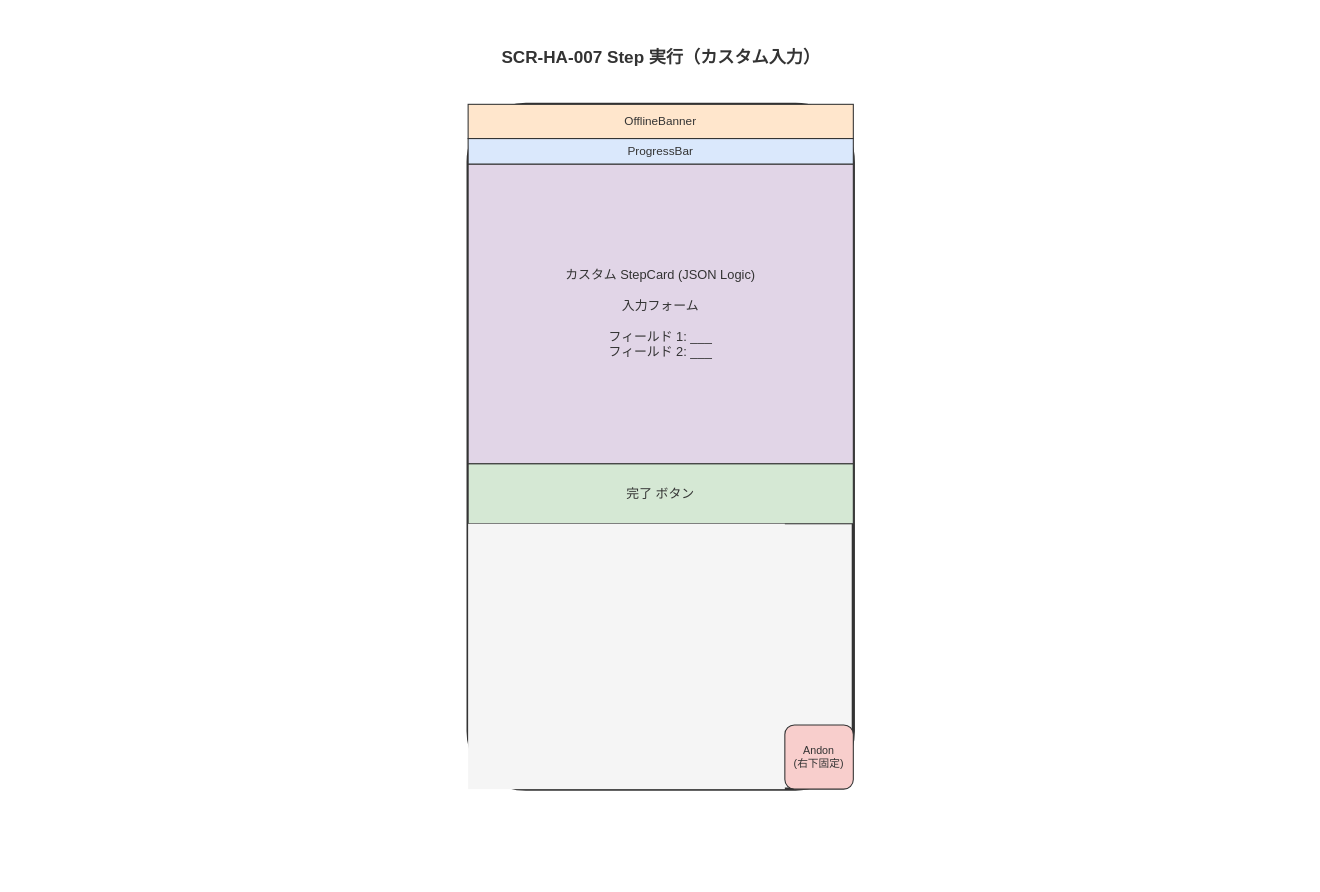
RyuheiKiso/work-navigation-app keeps this draw.io diagram as docs/04_概要設計/03_画面設計/img/fig_des_screen_ha_007.drawio. Above is the earlier version. Source tidied: cells renumbered, new cells numbered last; positions are measured from the earlier drawing's top-left corner, leaving out a move shared by most shapes. Both pictures are drawn from the tidied source at 107%, with x=0, y=0 at pixel (18, 18).
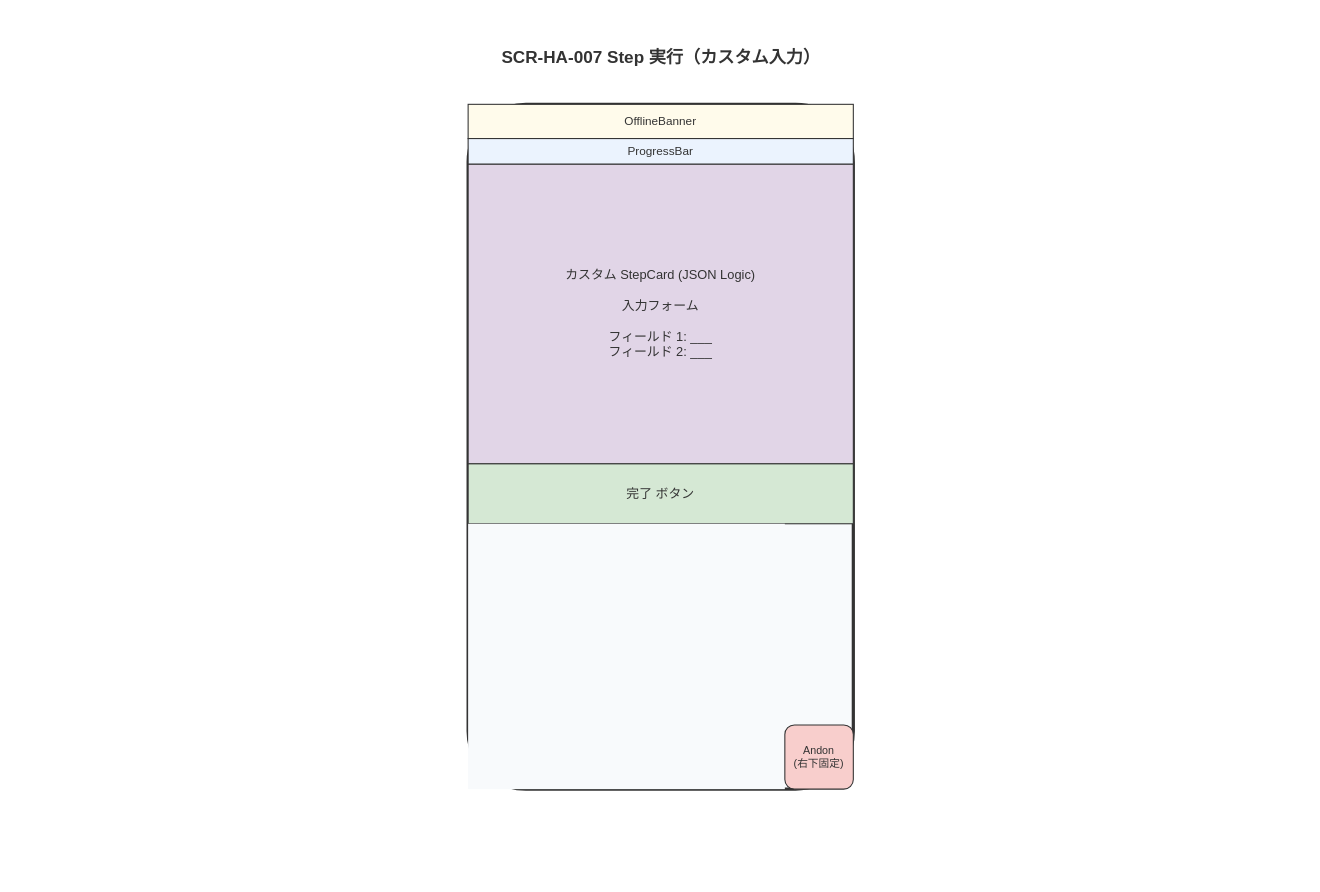
The same diagram, later.

The edit, as a diff of the source:
```diff
@@
 <mxGraphModel background="#FFFFFF">
   <root>
     <mxCell id="0" />
     <mxCell id="1" parent="0" />
     <mxCell id="2" style="rounded=0;whiteSpace=wrap;html=1;fillColor=#FFFFFF;strokeColor=none;" parent="1" vertex="1">
       <mxGeometry width="1200" height="800" as="geometry" />
     </mxCell>
     <mxCell id="3" value="SCR-HA-007 Step 実行（カスタム入力）" style="text;html=1;fontFamily=Helvetica;fontSize=16;fontStyle=1;align=center;verticalAlign=middle;fillColor=none;strokeColor=none;fontColor=#333333;" parent="1" vertex="1">
       <mxGeometry x="370" y="20" width="460" height="32" as="geometry" />
     </mxCell>
-    <mxCell id="4" style="rounded=1;whiteSpace=wrap;html=1;fillColor=#f5f5f5;strokeColor=#333333;strokeWidth=3;" parent="1" vertex="1">
+    <mxCell id="4" style="rounded=1;whiteSpace=wrap;html=1;fillColor=#F8FAFC;strokeColor=#333333;strokeWidth=3;" parent="1" vertex="1">
       <mxGeometry x="420" y="80" width="360" height="640" as="geometry" />
     </mxCell>
-    <mxCell id="5" value="OfflineBanner" style="rounded=0;whiteSpace=wrap;html=1;fillColor=#ffe6cc;strokeColor=#333333;fontSize=11;fontColor=#333333;" parent="1" vertex="1">
+    <mxCell id="5" value="OfflineBanner" style="rounded=0;whiteSpace=wrap;html=1;fillColor=#FFFBEB;strokeColor=#333333;fontSize=11;fontColor=#333333;" parent="1" vertex="1">
       <mxGeometry x="420" y="80" width="360" height="32" as="geometry" />
     </mxCell>
-    <mxCell id="6" value="ProgressBar" style="rounded=0;whiteSpace=wrap;html=1;fillColor=#dae8fc;strokeColor=#333333;fontSize=11;fontColor=#333333;" parent="1" vertex="1">
+    <mxCell id="6" value="ProgressBar" style="rounded=0;whiteSpace=wrap;html=1;fillColor=#EBF3FE;strokeColor=#333333;fontSize=11;fontColor=#333333;" parent="1" vertex="1">
       <mxGeometry x="420" y="112" width="360" height="24" as="geometry" />
     </mxCell>
     <mxCell id="7" value="カスタム StepCard (JSON Logic)&#10;&#10;入力フォーム&#10;&#10;フィールド 1: ___&#10;フィールド 2: ___" style="rounded=0;whiteSpace=wrap;html=1;fillColor=#e1d5e7;strokeColor=#333333;fontSize=12;fontColor=#333333;" parent="1" vertex="1">
       <mxGeometry x="420" y="136" width="360" height="280" as="geometry" />
     </mxCell>
     <mxCell id="8" value="完了 ボタン" style="rounded=0;whiteSpace=wrap;html=1;fillColor=#d5e8d4;strokeColor=#333333;fontSize=12;fontColor=#333333;" parent="1" vertex="1">
       <mxGeometry x="420" y="416" width="360" height="56" as="geometry" />
     </mxCell>
-    <mxCell id="9" style="rounded=0;whiteSpace=wrap;html=1;fillColor=#f5f5f5;strokeColor=none;" parent="1" vertex="1">
+    <mxCell id="9" style="rounded=0;whiteSpace=wrap;html=1;fillColor=#F8FAFC;strokeColor=none;" parent="1" vertex="1">
       <mxGeometry x="420" y="472" width="296" height="248" as="geometry" />
     </mxCell>
     <mxCell id="10" value="Andon&#10;(右下固定)" style="rounded=1;whiteSpace=wrap;html=1;fillColor=#f8cecc;strokeColor=#333333;fontSize=10;fontColor=#333333;" parent="1" vertex="1">
       <mxGeometry x="716" y="660" width="64" height="60" as="geometry" />
     </mxCell>
   </root>
 </mxGraphModel>
```
